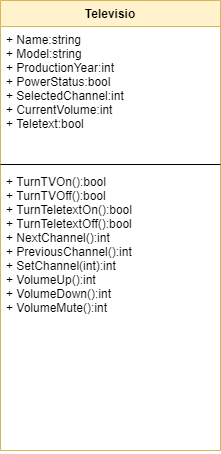
Above: Images/T8/T8-Televisio-UML.png in antipoppi/olio-tehtavat (draw.io), before the change. Source tidied: cells renumbered, new cells last; positions are measured from the earlier drawing's top-left corner, leaving out a move shared by most shapes.
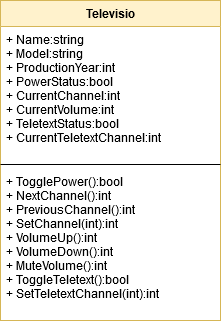
The same diagram one commit later.

The edit, as a diff of the source:
```diff
@@ -3,16 +3,16 @@
     <mxCell id="0" />
     <mxCell id="1" parent="0" />
     <mxCell id="2" value="Televisio" style="swimlane;fontStyle=1;align=center;verticalAlign=top;horizontal=1;startSize=26;rounded=0;fillColor=#fff2cc;strokeColor=#d6b656;" parent="1" vertex="1">
-      <mxGeometry width="220" height="450" as="geometry" />
+      <mxGeometry width="220" height="320" as="geometry" />
     </mxCell>
-    <mxCell id="3" value="+ Name:string&#10;+ Model:string&#10;+ ProductionYear:int&#10;+ PowerStatus:bool&#10;+ SelectedChannel:int&#10;+ CurrentVolume:int&#10;+ Teletext:bool" style="text;strokeColor=none;fillColor=none;align=left;verticalAlign=top;spacingLeft=4;spacingRight=4;overflow=hidden;" parent="2" vertex="1">
+    <mxCell id="3" value="+ Name:string&#10;+ Model:string&#10;+ ProductionYear:int&#10;+ PowerStatus:bool&#10;+ CurrentChannel:int&#10;+ CurrentVolume:int&#10;+ TeletextStatus:bool&#10;+ CurrentTeletextChannel:int&#10;" style="text;strokeColor=none;fillColor=none;align=left;verticalAlign=top;spacingLeft=4;spacingRight=4;overflow=hidden;" parent="2" vertex="1">
       <mxGeometry y="26" width="220" height="134" as="geometry" />
     </mxCell>
     <mxCell id="4" style="line;strokeWidth=1;fillColor=none;align=left;verticalAlign=middle;spacingTop=-1;spacingLeft=3;spacingRight=3;labelPosition=right;" parent="2" vertex="1">
       <mxGeometry y="160" width="220" height="8" as="geometry" />
     </mxCell>
-    <mxCell id="5" value="+ TurnTVOn():bool&#10;+ TurnTVOff():bool&#10;+ TurnTeletextOn():bool&#10;+ TurnTeletextOff():bool&#10;+ NextChannel():int&#10;+ PreviousChannel():int&#10;+ SetChannel(int):int&#10;+ VolumeUp():int&#10;+ VolumeDown():int&#10;+ VolumeMute():int" style="text;strokeColor=none;fillColor=none;align=left;verticalAlign=top;spacingLeft=4;spacingRight=4;overflow=hidden;" parent="2" vertex="1">
-      <mxGeometry y="168" width="220" height="282" as="geometry" />
+    <mxCell id="5" value="+ TogglePower():bool&#10;+ NextChannel():int&#10;+ PreviousChannel():int&#10;+ SetChannel(int):int&#10;+ VolumeUp():int&#10;+ VolumeDown():int&#10;+ MuteVolume():int&#10;+ ToggleTeletext():bool&#10;+ SetTeletextChannel(int):int&#10;" style="text;strokeColor=none;fillColor=none;align=left;verticalAlign=top;spacingLeft=4;spacingRight=4;overflow=hidden;" parent="2" vertex="1">
+      <mxGeometry y="168" width="220" height="152" as="geometry" />
     </mxCell>
   </root>
 </mxGraphModel>
```
